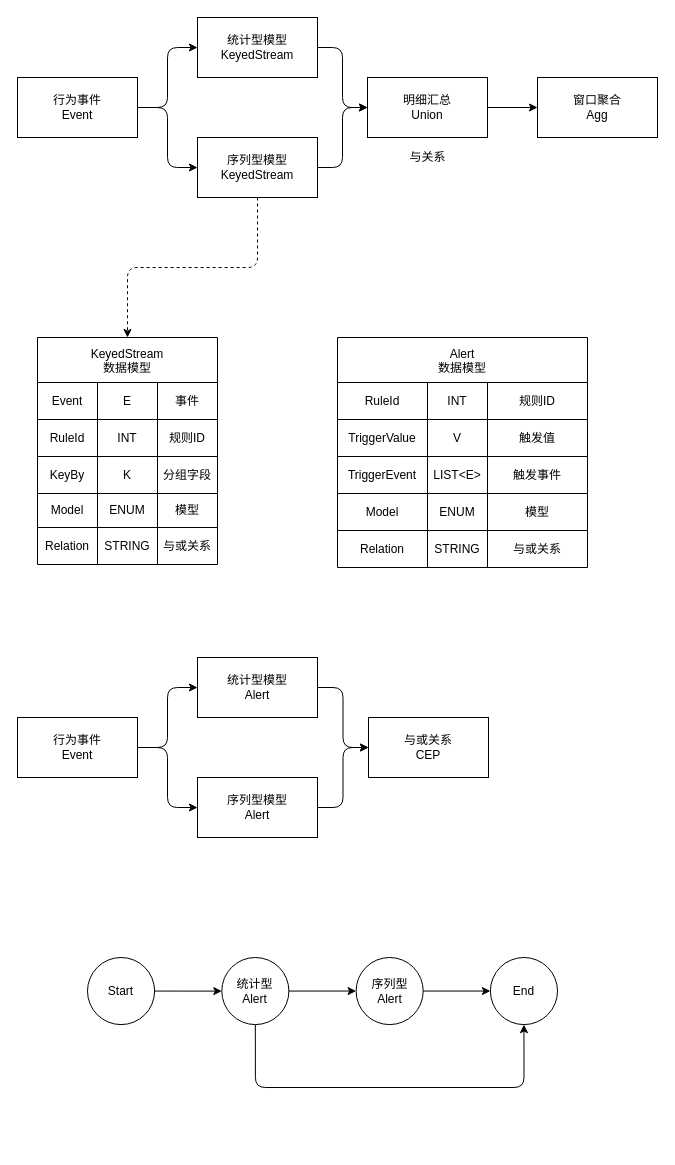
Above: cep.drawio in pengmide/draw (draw.io), before the change. Source tidied: cells renumbered, new cells numbered last; positions are measured from the earlier drawing's top-left corner, leaving out a move shared by most shapes. Both pictures are drawn from the tidied source at 100%, with x=0, y=0 at pixel (17, 17).
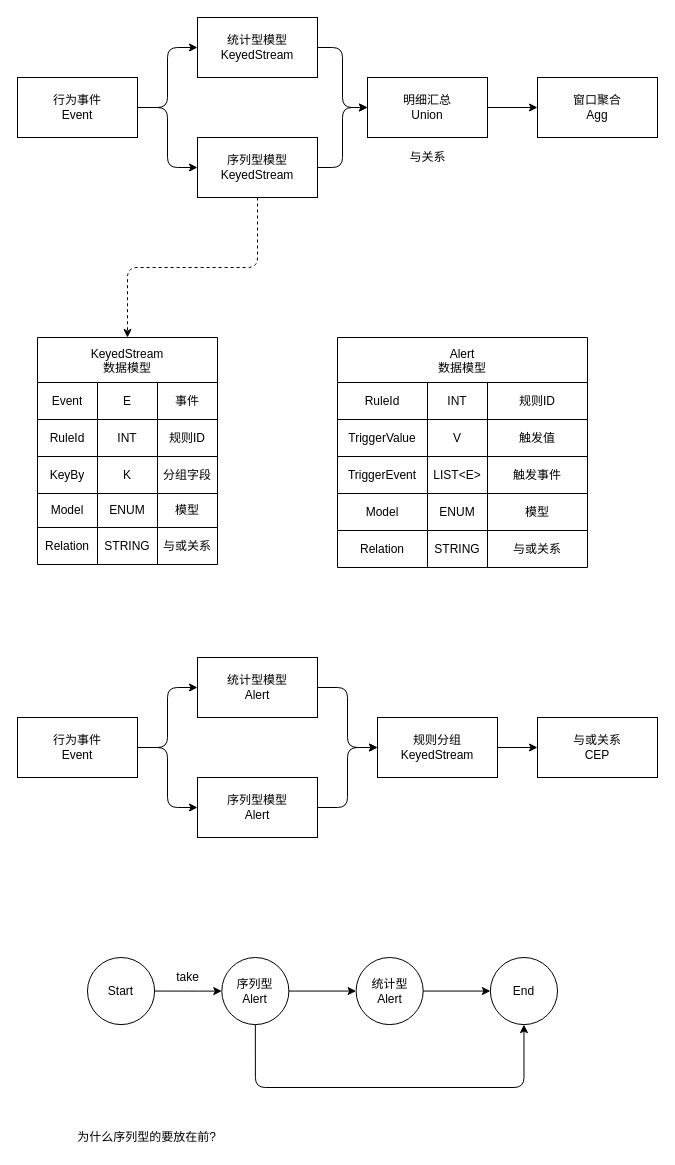
After the change.

Change to the diagram source:
```diff
@@
+    <mxCell id="73" style="edgeStyle=orthogonalEdgeStyle;rounded=0;jettySize=auto;html=1;" parent="1" edge="1" source="64" target="75">
+      <mxGeometry relative="1" as="geometry" />
+    </mxCell>
-    <mxCell id="64" value="与或关系&lt;br&gt;CEP" style="rounded=0;whiteSpace=wrap;html=1;" parent="1" vertex="1">
-      <mxGeometry x="351" y="700" width="120" height="60" as="geometry" />
+    <mxCell id="64" value="规则分组&lt;br&gt;KeyedStream" style="rounded=0;whiteSpace=wrap;html=1;" parent="1" vertex="1">
+      <mxGeometry x="360" y="700" width="120" height="60" as="geometry" />
     </mxCell>
@@
-    <mxCell id="66" value="统计型&lt;br&gt;Alert" style="ellipse;whiteSpace=wrap;html=1;rounded=0;shadow=0;comic=0;sketch=0;startSize=0;fillColor=default;gradientColor=none;" parent="1" vertex="1">
+    <mxCell id="66" value="序列型&lt;br&gt;Alert" style="ellipse;whiteSpace=wrap;html=1;rounded=0;shadow=0;comic=0;sketch=0;startSize=0;fillColor=default;gradientColor=none;" parent="1" vertex="1">
       <mxGeometry x="204.3" y="940" width="67.1" height="67.1" as="geometry" />
     </mxCell>
@@
-    <mxCell id="69" value="序列型&lt;br&gt;Alert" style="ellipse;whiteSpace=wrap;html=1;rounded=0;shadow=0;comic=0;sketch=0;startSize=0;fillColor=default;gradientColor=none;" parent="1" vertex="1">
+    <mxCell id="69" value="统计型&lt;br&gt;Alert" style="ellipse;whiteSpace=wrap;html=1;rounded=0;shadow=0;comic=0;sketch=0;startSize=0;fillColor=default;gradientColor=none;" parent="1" vertex="1">
       <mxGeometry x="338.6" y="940" width="67.1" height="67.1" as="geometry" />
     </mxCell>
@@
+    <mxCell id="74" value="take" style="text;html=1;align=center;verticalAlign=middle;strokeColor=none;fillColor=none;" parent="1" vertex="1">
+      <mxGeometry x="150" y="950" width="40" height="20" as="geometry" />
+    </mxCell>
+    <mxCell id="75" value="与或关系&lt;br&gt;CEP" style="rounded=0;whiteSpace=wrap;html=1;" parent="1" vertex="1">
+      <mxGeometry x="520" y="700" width="120" height="60" as="geometry" />
+    </mxCell>
+    <mxCell id="76" value="为什么序列型的要放在前?" style="text;html=1;align=center;verticalAlign=middle;strokeColor=none;fillColor=none;" parent="1" vertex="1">
+      <mxGeometry x="54.3" y="1110" width="150" height="20" as="geometry" />
+    </mxCell>
```
